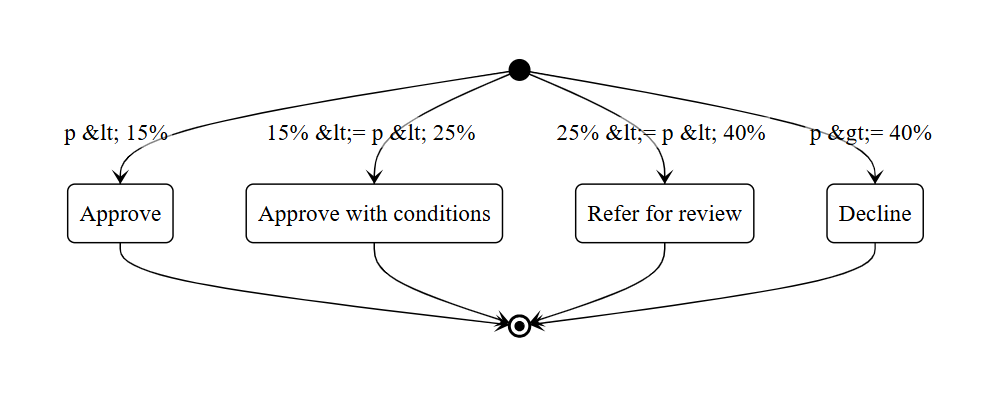
The Mermaid diagram report/assets/figures/fig-3-9-decision-state.png in gursimrannkaurr/credoscore, before a commit. Its source is kept beside it as report/diagrams/fig-3-9-decision-state.mmd. Source of this version:
```mermaid
stateDiagram-v2
    [*] --> Approve: p < 15%
    [*] --> ApproveConditions: 15% <= p < 25%
    [*] --> ReferReview: 25% <= p < 40%
    [*] --> Decline: p >= 40%

    Approve : Approve
    ApproveConditions : Approve with conditions
    ReferReview : Refer for review
    Decline : Decline

    Approve --> [*]
    ApproveConditions --> [*]
    ReferReview --> [*]
    Decline --> [*]
```
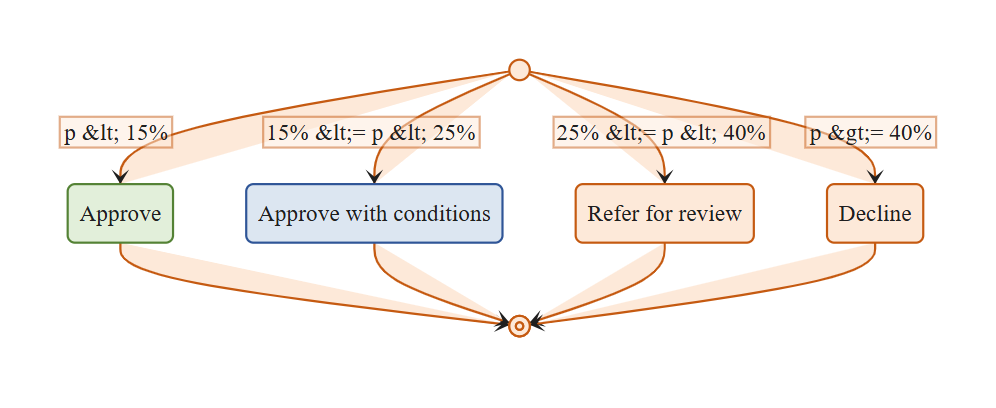
The same file after the commit.

The edit, as a diff of the source:
```diff
@@ -13,3 +13,12 @@
     ApproveConditions --> [*]
     ReferReview --> [*]
     Decline --> [*]
+
+    classDef root fill:#FDE9D9,stroke:#C55A11,stroke-width:1.5px;
+    classDef mid fill:#DCE6F1,stroke:#2F5597,stroke-width:1.5px;
+    classDef leaf fill:#E2EFDA,stroke:#548235,stroke-width:1.5px;
+
+    class Approve leaf
+    class ApproveConditions mid
+    class ReferReview root
+    class Decline root
```
